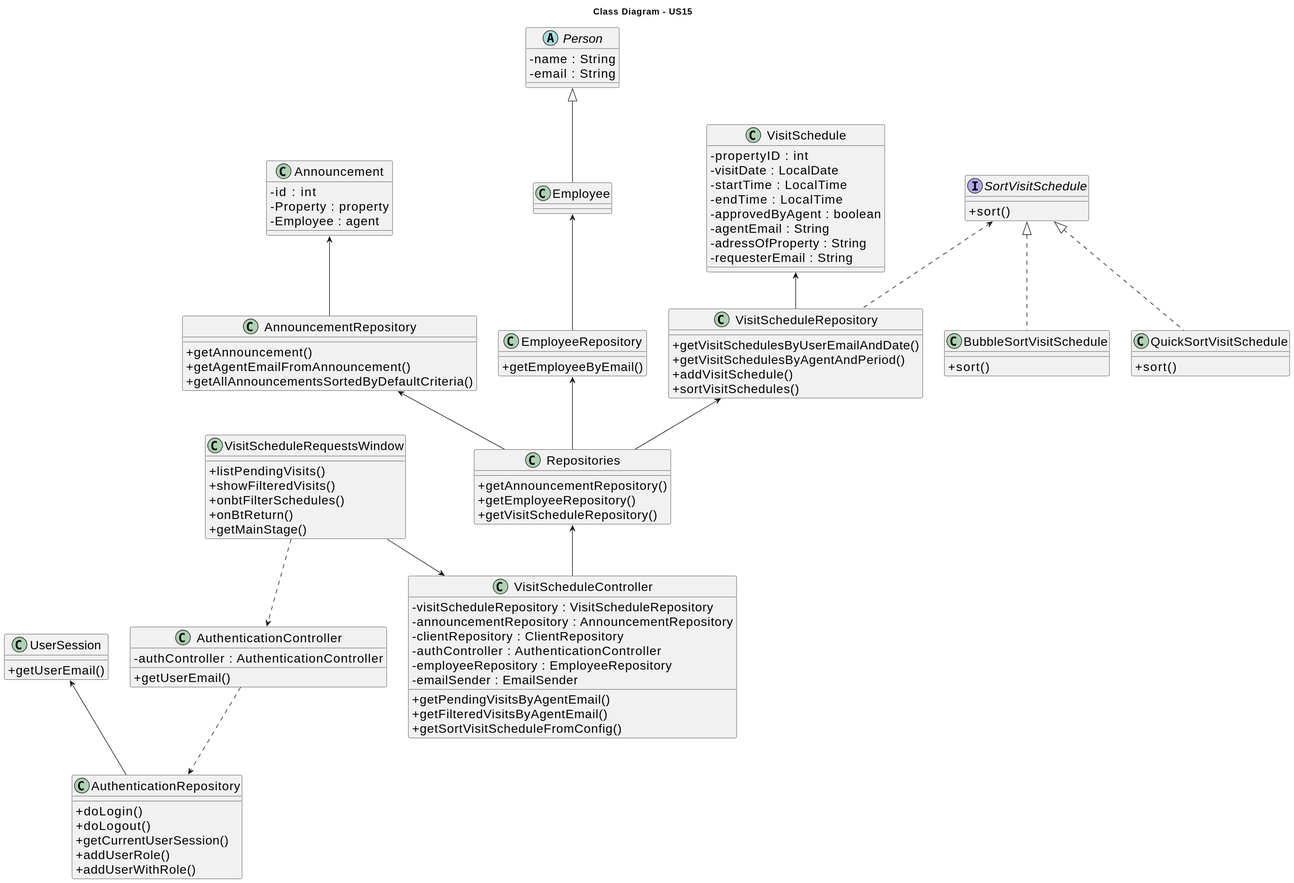
Before: docs/sprintD/us015/03.design/svg/us015-class-diagram.svg, a diagram exported from PlantUML (Goncalves2525/real-estate-management-system).
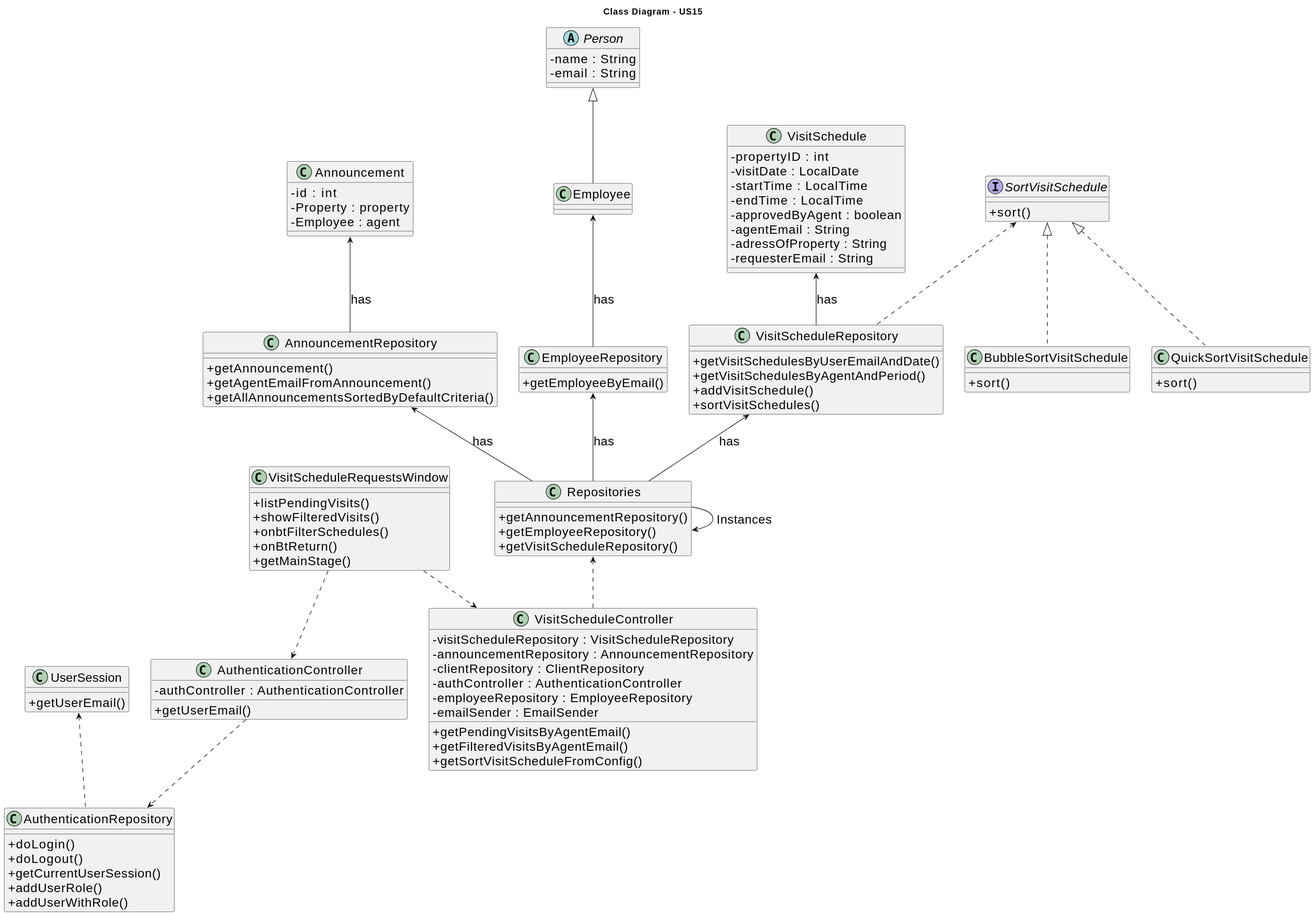
After the commit.

Change to the diagram source:
```diff
@@ -105,16 +105,17 @@
     +sort()
 }
 
-UserSession <-- AuthenticationRepository
+UserSession <.. AuthenticationRepository
 AuthenticationController ..> AuthenticationRepository
 VisitScheduleRequestsWindow ..> AuthenticationController
-VisitScheduleRequestsWindow --> VisitScheduleController
-Repositories <-- VisitScheduleController
-AnnouncementRepository <-- Repositories
-EmployeeRepository <-- Repositories
-VisitScheduleRepository <-- Repositories
+VisitScheduleRequestsWindow ..> VisitScheduleController
+Repositories <.. VisitScheduleController
+AnnouncementRepository <-- Repositories: has
+EmployeeRepository <-- Repositories: has
+VisitScheduleRepository <-- Repositories: has
 SortVisitSchedule <.. VisitScheduleRepository
-Announcement <-- AnnouncementRepository
-Employee <-- EmployeeRepository
-VisitSchedule <-- VisitScheduleRepository
+Announcement <-- AnnouncementRepository: has
+Employee <-- EmployeeRepository: has
+VisitSchedule <-- VisitScheduleRepository: has
+Repositories --> Repositories : Instances
 @enduml
```
